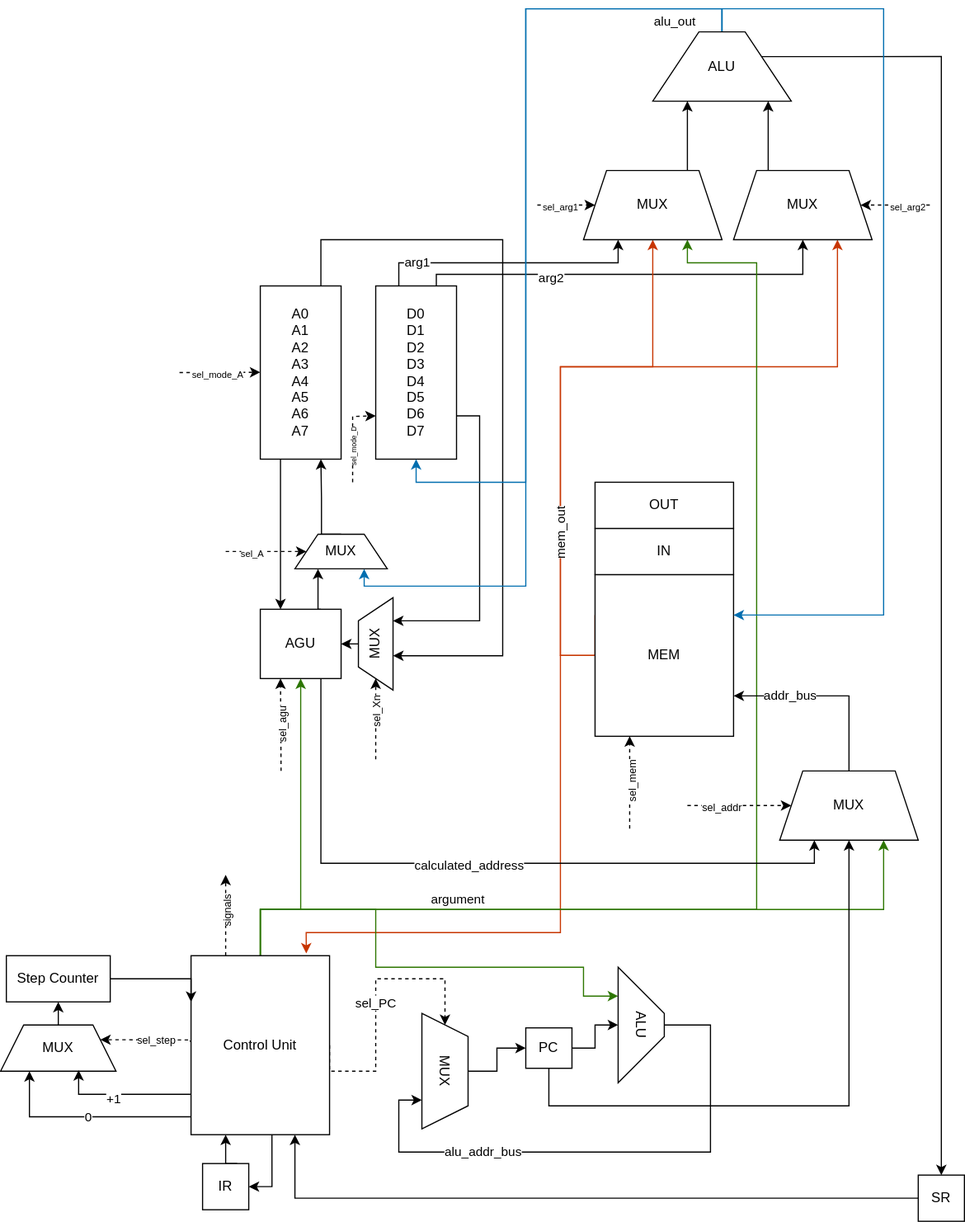
Above: m68k_v1.1.drawio.svg in Anderaf/m68kScheme (draw.io), before the change. Source tidied: cells renumbered, new cells last; positions are measured from the earlier drawing's top-left corner, leaving out a move shared by most shapes.
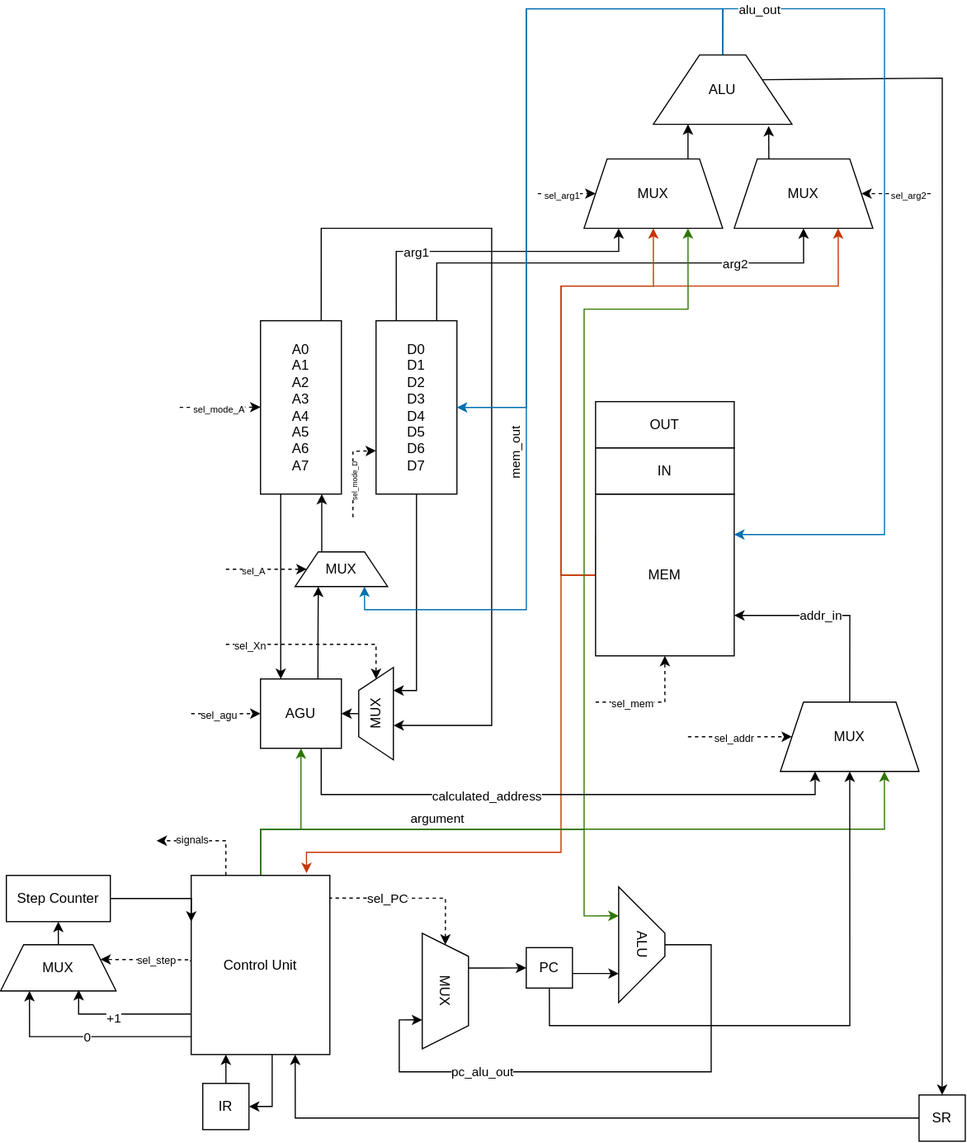
The same diagram one commit later.

What changed in the source:
```diff
@@ -7,5 +7,4 @@
         <Array as="points">
-          <mxPoint x="345" y="280" />
-          <mxPoint x="345" y="220" />
-          <mxPoint x="535" y="220" />
+          <mxPoint x="342" y="280" />
+          <mxPoint x="535" y="280" />
         </Array>
@@ -15,3 +14,3 @@
       <mxGeometry x="-0.49" y="1" relative="1" as="geometry">
-        <mxPoint x="16" y="-24" as="offset" />
+        <mxPoint x="8" y="1" as="offset" />
       </mxGeometry>
@@ -21,4 +20,4 @@
         <Array as="points">
-          <mxPoint x="378" y="230" />
-          <mxPoint x="695" y="230" />
+          <mxPoint x="378" y="290" />
+          <mxPoint x="695" y="290" />
         </Array>
@@ -28,6 +27,6 @@
       <mxGeometry x="-0.65" y="-2" relative="1" as="geometry">
-        <mxPoint x="46" as="offset" />
+        <mxPoint x="238" y="-2" as="offset" />
       </mxGeometry>
     </mxCell>
-    <mxCell id="6" style="edgeStyle=orthogonalEdgeStyle;rounded=0;jettySize=auto;html=1;exitX=1;exitY=0.75;exitDx=0;exitDy=0;entryX=0.75;entryY=1;entryDx=0;entryDy=0;" parent="1" edge="1" source="7" target="64">
+    <mxCell id="6" style="edgeStyle=orthogonalEdgeStyle;rounded=0;jettySize=auto;html=1;exitX=0.5;exitY=1;exitDx=0;exitDy=0;entryX=0.75;entryY=1;entryDx=0;entryDy=0;" parent="1" edge="1" source="7" target="64">
       <mxGeometry relative="1" as="geometry" />
@@ -35,3 +34,3 @@
     <mxCell id="7" value="D0&lt;div&gt;D1&lt;/div&gt;&lt;div&gt;D2&lt;/div&gt;&lt;div&gt;D3&lt;/div&gt;&lt;div&gt;D4&lt;/div&gt;&lt;div&gt;D5&lt;/div&gt;&lt;div&gt;D6&lt;/div&gt;&lt;div&gt;D7&lt;/div&gt;" style="rounded=0;whiteSpace=wrap;html=1;" parent="1" vertex="1">
-      <mxGeometry x="325" y="240" width="70" height="150" as="geometry" />
+      <mxGeometry x="325" y="340" width="70" height="150" as="geometry" />
     </mxCell>
@@ -73,8 +72,5 @@
     </mxCell>
-    <mxCell id="13" value="sel_PC" style="edgeStyle=orthogonalEdgeStyle;rounded=0;jettySize=auto;html=1;exitX=1;exitY=0.5;exitDx=0;exitDy=0;entryX=0;entryY=0.5;entryDx=0;entryDy=0;dashed=1;" parent="1" edge="1" source="22" target="31">
-      <mxGeometry relative="1" as="geometry">
+    <mxCell id="13" value="sel_PC" style="edgeStyle=orthogonalEdgeStyle;rounded=0;jettySize=auto;html=1;exitX=0.991;exitY=0.127;exitDx=0;exitDy=0;entryX=0;entryY=0.5;entryDx=0;entryDy=0;dashed=1;exitPerimeter=0;" parent="1" edge="1" source="22" target="31">
+      <mxGeometry x="-0.28" relative="1" as="geometry">
         <Array as="points">
-          <mxPoint x="285" y="920" />
-          <mxPoint x="325" y="920" />
-          <mxPoint x="325" y="840" />
           <mxPoint x="385" y="840" />
@@ -94,5 +90,3 @@
           <mxPoint x="225" y="780" />
-          <mxPoint x="325" y="780" />
-          <mxPoint x="325" y="830" />
-          <mxPoint x="505" y="830" />
+          <mxPoint x="505" y="780" />
           <mxPoint x="505" y="855" />
@@ -111,3 +105,3 @@
       <mxGeometry x="0.54" y="2" relative="1" as="geometry">
-        <mxPoint x="-282" y="-8" as="offset" />
+        <mxPoint x="-292" y="-8" as="offset" />
       </mxGeometry>
@@ -141,5 +135,5 @@
           <mxPoint x="225" y="780" />
-          <mxPoint x="655" y="780" />
-          <mxPoint x="655" y="220" />
-          <mxPoint x="595" y="220" />
+          <mxPoint x="505" y="780" />
+          <mxPoint x="505" y="330" />
+          <mxPoint x="595" y="330" />
         </Array>
@@ -150,3 +144,3 @@
     </mxCell>
-    <mxCell id="23" style="edgeStyle=orthogonalEdgeStyle;rounded=0;jettySize=auto;html=1;exitX=1;exitY=0.5;exitDx=0;exitDy=0;entryX=0.5;entryY=1;entryDx=0;entryDy=0;" parent="1" edge="1" source="25" target="29">
+    <mxCell id="23" style="edgeStyle=orthogonalEdgeStyle;rounded=0;jettySize=auto;html=1;exitX=1.004;exitY=0.639;exitDx=0;exitDy=0;entryX=0.75;entryY=1;entryDx=0;entryDy=0;exitPerimeter=0;" parent="1" edge="1" source="25" target="29">
       <mxGeometry x="-0.33" y="-10" relative="1" as="geometry" />
@@ -175,3 +169,3 @@
     </mxCell>
-    <mxCell id="28" value="alu_addr_bus" style="edgeStyle=orthogonalEdgeStyle;rounded=0;jettySize=auto;html=1;exitX=0.5;exitY=0;exitDx=0;exitDy=0;entryX=0.75;entryY=1;entryDx=0;entryDy=0;" parent="1" edge="1" source="29" target="31">
+    <mxCell id="28" value="pc_alu_out" style="edgeStyle=orthogonalEdgeStyle;rounded=0;jettySize=auto;html=1;exitX=0.5;exitY=0;exitDx=0;exitDy=0;entryX=0.75;entryY=1;entryDx=0;entryDy=0;" parent="1" edge="1" source="29" target="31">
       <mxGeometry x="0.43" relative="1" as="geometry">
@@ -188,3 +182,3 @@
     </mxCell>
-    <mxCell id="30" style="edgeStyle=orthogonalEdgeStyle;rounded=0;jettySize=auto;html=1;exitX=0.5;exitY=0;exitDx=0;exitDy=0;entryX=0;entryY=0.5;entryDx=0;entryDy=0;" parent="1" edge="1" source="31" target="25">
+    <mxCell id="30" style="edgeStyle=orthogonalEdgeStyle;rounded=0;jettySize=auto;html=1;exitX=0.302;exitY=-0.003;exitDx=0;exitDy=0;entryX=0;entryY=0.5;entryDx=0;entryDy=0;exitPerimeter=0;" parent="1" edge="1" source="31" target="25">
       <mxGeometry relative="1" as="geometry" />
@@ -194,7 +188,7 @@
     </mxCell>
-    <mxCell id="32" value="addr_bus" style="edgeStyle=orthogonalEdgeStyle;rounded=0;jettySize=auto;html=1;exitX=0.5;exitY=0;exitDx=0;exitDy=0;entryX=1;entryY=0.75;entryDx=0;entryDy=0;jumpStyle=none;" parent="1" edge="1" source="33" target="12">
-      <mxGeometry x="0.41" relative="1" as="geometry" />
+    <mxCell id="32" value="addr_in" style="edgeStyle=orthogonalEdgeStyle;rounded=0;jettySize=auto;html=1;exitX=0.5;exitY=0;exitDx=0;exitDy=0;entryX=1;entryY=0.75;entryDx=0;entryDy=0;jumpStyle=none;" parent="1" edge="1" source="33" target="12">
+      <mxGeometry x="0.15" relative="1" as="geometry" />
     </mxCell>
     <mxCell id="33" value="MUX" style="shape=trapezoid;perimeter=trapezoidPerimeter;whiteSpace=wrap;html=1;fixedSize=1;rotation=0;" parent="1" vertex="1">
-      <mxGeometry x="675" y="660" width="120" height="60" as="geometry" />
+      <mxGeometry x="675" y="670" width="120" height="60" as="geometry" />
     </mxCell>
@@ -236,5 +230,5 @@
         <Array as="points">
-          <mxPoint x="278" y="200" />
-          <mxPoint x="435" y="200" />
-          <mxPoint x="435" y="560" />
+          <mxPoint x="278" y="260" />
+          <mxPoint x="425" y="260" />
+          <mxPoint x="425" y="690" />
         </Array>
@@ -243,3 +237,3 @@
     <mxCell id="44" value="A0&lt;div&gt;A1&lt;/div&gt;&lt;div&gt;A2&lt;/div&gt;&lt;div&gt;A3&lt;/div&gt;&lt;div&gt;A4&lt;/div&gt;&lt;div&gt;A5&lt;/div&gt;&lt;div&gt;A6&lt;/div&gt;&lt;div&gt;A7&lt;/div&gt;" style="rounded=0;whiteSpace=wrap;html=1;" parent="1" vertex="1">
-      <mxGeometry x="225" y="240" width="70" height="150" as="geometry" />
+      <mxGeometry x="225" y="340" width="70" height="150" as="geometry" />
     </mxCell>
@@ -254,3 +248,4 @@
         <Array as="points">
-          <mxPoint x="815" y="41" />
+          <mxPoint x="659" y="130" />
+          <mxPoint x="815" y="130" />
         </Array>
@@ -261,6 +256,6 @@
         <Array as="points">
-          <mxPoint x="625" />
-          <mxPoint x="455" />
-          <mxPoint x="455" y="500" />
-          <mxPoint x="315" y="500" />
+          <mxPoint x="625" y="70" />
+          <mxPoint x="455" y="70" />
+          <mxPoint x="455" y="590" />
+          <mxPoint x="315" y="590" />
         </Array>
@@ -268,14 +263,8 @@
     </mxCell>
-    <mxCell id="49" value="alu_out" style="edgeLabel;html=1;align=center;verticalAlign=middle;fontColor=light-dark(#000000,#99CCFF);" parent="48" vertex="1">
-      <mxGeometry x="-0.77" y="1" relative="1" as="geometry">
-        <mxPoint x="37" y="9" as="offset" />
-      </mxGeometry>
-    </mxCell>
-    <mxCell id="50" style="edgeStyle=orthogonalEdgeStyle;rounded=0;jettySize=auto;html=1;exitX=0.5;exitY=0;exitDx=0;exitDy=0;entryX=0.5;entryY=1;entryDx=0;entryDy=0;fillColor=#1ba1e2;strokeColor=#006EAF;" parent="1" edge="1" source="52" target="7">
+    <mxCell id="50" style="edgeStyle=orthogonalEdgeStyle;rounded=0;jettySize=auto;html=1;exitX=0.5;exitY=0;exitDx=0;exitDy=0;fillColor=#1ba1e2;strokeColor=#006EAF;entryX=1;entryY=0.5;entryDx=0;entryDy=0;" parent="1" edge="1" source="52" target="7">
       <mxGeometry relative="1" as="geometry">
         <Array as="points">
-          <mxPoint x="625" />
-          <mxPoint x="455" />
-          <mxPoint x="455" y="410" />
-          <mxPoint x="360" y="410" />
+          <mxPoint x="625" y="70" />
+          <mxPoint x="455" y="70" />
+          <mxPoint x="455" y="415" />
         </Array>
@@ -286,4 +275,4 @@
         <Array as="points">
-          <mxPoint x="625" />
-          <mxPoint x="765" />
+          <mxPoint x="625" y="70" />
+          <mxPoint x="765" y="70" />
           <mxPoint x="765" y="525" />
@@ -292,4 +281,9 @@
     </mxCell>
+    <mxCell id="49" value="alu_out" style="edgeLabel;html=1;align=center;verticalAlign=middle;fontColor=light-dark(#000000,#99CCFF);" parent="51" vertex="1">
+      <mxGeometry x="-0.87" relative="1" as="geometry">
+        <mxPoint x="20" as="offset" />
+      </mxGeometry>
+    </mxCell>
     <mxCell id="52" value="ALU" style="shape=trapezoid;perimeter=trapezoidPerimeter;whiteSpace=wrap;html=1;fixedSize=1;size=40;rotation=0;" parent="1" vertex="1">
-      <mxGeometry x="565" y="20" width="120" height="60" as="geometry" />
+      <mxGeometry x="565" y="110" width="120" height="60" as="geometry" />
     </mxCell>
@@ -298,4 +292,4 @@
         <Array as="points">
-          <mxPoint x="277" y="740" />
-          <mxPoint x="705" y="740" />
+          <mxPoint x="278" y="750" />
+          <mxPoint x="705" y="750" />
         </Array>
@@ -305,6 +299,6 @@
       <mxGeometry x="0.08" y="-1" relative="1" as="geometry">
-        <mxPoint x="-41" as="offset" />
+        <mxPoint x="-82" as="offset" />
       </mxGeometry>
     </mxCell>
-    <mxCell id="55" style="edgeStyle=orthogonalEdgeStyle;rounded=0;jettySize=auto;html=1;exitX=0.75;exitY=0;exitDx=0;exitDy=0;entryX=0.25;entryY=1;entryDx=0;entryDy=0;" parent="1" edge="1" source="56" target="62">
+    <mxCell id="55" style="edgeStyle=orthogonalEdgeStyle;rounded=0;jettySize=auto;html=1;exitX=0.71;exitY=0.007;exitDx=0;exitDy=0;entryX=0.25;entryY=1;entryDx=0;entryDy=0;exitPerimeter=0;" parent="1" edge="1" source="56" target="62">
       <mxGeometry relative="1" as="geometry" />
@@ -312,14 +306,9 @@
     <mxCell id="56" value="AGU" style="whiteSpace=wrap;html=1;" parent="1" vertex="1">
-      <mxGeometry x="225" y="520" width="70" height="60" as="geometry" />
+      <mxGeometry x="225" y="650" width="70" height="60" as="geometry" />
     </mxCell>
-    <mxCell id="57" style="edgeStyle=orthogonalEdgeStyle;rounded=0;jettySize=auto;html=1;exitX=0.25;exitY=0;exitDx=0;exitDy=0;" parent="1" edge="1" source="58">
-      <mxGeometry relative="1" as="geometry">
-        <mxPoint x="665" y="80" as="targetPoint" />
-        <Array as="points">
-          <mxPoint x="665" y="80" />
-        </Array>
-      </mxGeometry>
+    <mxCell id="57" style="edgeStyle=orthogonalEdgeStyle;rounded=0;jettySize=auto;html=1;exitX=0.25;exitY=0;exitDx=0;exitDy=0;entryX=0.832;entryY=1.025;entryDx=0;entryDy=0;entryPerimeter=0;" parent="1" edge="1" source="58" target="52">
+      <mxGeometry relative="1" as="geometry" />
     </mxCell>
     <mxCell id="58" value="MUX" style="shape=trapezoid;perimeter=trapezoidPerimeter;whiteSpace=wrap;html=1;fixedSize=1;rotation=0;" parent="1" vertex="1">
-      <mxGeometry x="635" y="140" width="120" height="60" as="geometry" />
+      <mxGeometry x="635" y="200" width="120" height="60" as="geometry" />
     </mxCell>
@@ -329,3 +318,3 @@
     <mxCell id="60" value="MUX" style="shape=trapezoid;perimeter=trapezoidPerimeter;whiteSpace=wrap;html=1;fixedSize=1;rotation=0;" parent="1" vertex="1">
-      <mxGeometry x="505" y="140" width="120" height="60" as="geometry" />
+      <mxGeometry x="505" y="200" width="120" height="60" as="geometry" />
     </mxCell>
@@ -334,4 +323,4 @@
         <Array as="points">
-          <mxPoint x="278" y="455" />
-          <mxPoint x="278" y="423" />
+          <mxPoint x="278" y="560" />
+          <mxPoint x="278" y="490" />
         </Array>
@@ -340,3 +329,3 @@
     <mxCell id="62" value="MUX" style="shape=trapezoid;perimeter=trapezoidPerimeter;whiteSpace=wrap;html=1;fixedSize=1;rotation=0;" parent="1" vertex="1">
-      <mxGeometry x="255" y="455" width="80" height="30" as="geometry" />
+      <mxGeometry x="255" y="540" width="80" height="30" as="geometry" />
     </mxCell>
@@ -346,3 +335,3 @@
     <mxCell id="64" value="MUX" style="shape=trapezoid;perimeter=trapezoidPerimeter;whiteSpace=wrap;html=1;fixedSize=1;rotation=-90;" parent="1" vertex="1">
-      <mxGeometry x="285" y="535" width="80" height="30" as="geometry" />
+      <mxGeometry x="285" y="665" width="80" height="30" as="geometry" />
     </mxCell>
@@ -350,4 +339,4 @@
       <mxGeometry relative="1" as="geometry">
-        <mxPoint x="155" y="315" as="sourcePoint" />
-        <mxPoint x="225" y="314.8" as="targetPoint" />
+        <mxPoint x="155" y="415" as="sourcePoint" />
+        <mxPoint x="225" y="414.8" as="targetPoint" />
       </mxGeometry>
@@ -361,6 +350,6 @@
       <mxGeometry relative="1" as="geometry">
-        <mxPoint x="305" y="410" as="sourcePoint" />
+        <mxPoint x="305" y="510" as="sourcePoint" />
         <Array as="points">
-          <mxPoint x="305" y="380" />
-          <mxPoint x="305" y="353" />
+          <mxPoint x="305" y="480" />
+          <mxPoint x="305" y="453" />
         </Array>
@@ -375,5 +364,5 @@
       <mxGeometry relative="1" as="geometry">
-        <mxPoint x="465" y="170" as="sourcePoint" />
+        <mxPoint x="465" y="230" as="sourcePoint" />
         <Array as="points">
-          <mxPoint x="485" y="170" />
+          <mxPoint x="485" y="230" />
         </Array>
@@ -388,3 +377,3 @@
       <mxGeometry relative="1" as="geometry">
-        <mxPoint x="805" y="170" as="sourcePoint" />
+        <mxPoint x="805" y="230" as="sourcePoint" />
       </mxGeometry>
@@ -396,10 +385,10 @@
     </mxCell>
-    <mxCell id="73" style="endArrow=classic;html=1;rounded=0;entryX=0.25;entryY=1;entryDx=0;entryDy=0;dashed=1;" parent="1" edge="1" target="56">
+    <mxCell id="73" style="endArrow=classic;html=1;rounded=0;entryX=0;entryY=0.5;entryDx=0;entryDy=0;dashed=1;" parent="1" edge="1" target="56">
       <mxGeometry relative="1" as="geometry">
-        <mxPoint x="243" y="660" as="sourcePoint" />
+        <mxPoint x="165" y="680" as="sourcePoint" />
       </mxGeometry>
     </mxCell>
-    <mxCell id="74" value="&lt;font style=&quot;font-size: 9px;&quot;&gt;sel_agu&lt;/font&gt;" style="edgeLabel;html=1;align=center;verticalAlign=middle;rotation=-90;" parent="73" vertex="1">
+    <mxCell id="74" value="&lt;font style=&quot;font-size: 9px;&quot;&gt;sel_agu&lt;/font&gt;" style="edgeLabel;html=1;align=center;verticalAlign=middle;rotation=0;" parent="73" vertex="1">
       <mxGeometry x="-0.39" relative="1" as="geometry">
-        <mxPoint y="-16" as="offset" />
+        <mxPoint x="5" as="offset" />
       </mxGeometry>
@@ -408,3 +397,3 @@
       <mxGeometry relative="1" as="geometry">
-        <mxPoint x="195" y="470" as="sourcePoint" />
+        <mxPoint x="195" y="555" as="sourcePoint" />
       </mxGeometry>
@@ -416,8 +405,11 @@
       <mxGeometry relative="1" as="geometry">
-        <mxPoint x="195" y="750" as="targetPoint" />
+        <mxPoint x="135" y="790" as="targetPoint" />
+        <Array as="points">
+          <mxPoint x="195" y="790" />
+        </Array>
       </mxGeometry>
     </mxCell>
-    <mxCell id="78" value="&lt;font style=&quot;font-size: 9px;&quot;&gt;signals&lt;/font&gt;" style="edgeLabel;html=1;align=center;verticalAlign=middle;rotation=-90;" parent="77" vertex="1">
+    <mxCell id="78" value="&lt;font style=&quot;font-size: 9px;&quot;&gt;signals&lt;/font&gt;" style="edgeLabel;html=1;align=center;verticalAlign=middle;rotation=0;" parent="77" vertex="1">
       <mxGeometry x="0.05" y="-2" relative="1" as="geometry">
-        <mxPoint x="-2" as="offset" />
+        <mxPoint x="-12" as="offset" />
       </mxGeometry>
@@ -426,3 +418,3 @@
       <mxGeometry relative="1" as="geometry">
-        <mxPoint x="595" y="690" as="sourcePoint" />
+        <mxPoint x="595" y="700" as="sourcePoint" />
       </mxGeometry>
@@ -431,23 +423,30 @@
       <mxGeometry x="-0.51" y="-1" relative="1" as="geometry">
-        <mxPoint x="8" y="-1" as="offset" />
+        <mxPoint x="18" y="-1" as="offset" />
       </mxGeometry>
     </mxCell>
-    <mxCell id="81" style="endArrow=classic;html=1;rounded=0;entryX=0.25;entryY=1;entryDx=0;entryDy=0;dashed=1;" parent="1" edge="1" target="12">
+    <mxCell id="81" style="endArrow=classic;html=1;rounded=0;entryX=0.5;entryY=1;entryDx=0;entryDy=0;dashed=1;" parent="1" edge="1" target="12">
       <mxGeometry relative="1" as="geometry">
-        <mxPoint x="545" y="710" as="sourcePoint" />
+        <mxPoint x="515" y="670" as="sourcePoint" />
+        <Array as="points">
+          <mxPoint x="575" y="670" />
+        </Array>
       </mxGeometry>
     </mxCell>
-    <mxCell id="82" value="&lt;font style=&quot;font-size: 9px;&quot;&gt;sel_mem&lt;/font&gt;" style="edgeLabel;html=1;align=center;verticalAlign=middle;rotation=-90;" parent="81" vertex="1">
+    <mxCell id="82" value="&lt;font style=&quot;font-size: 9px;&quot;&gt;sel_mem&lt;/font&gt;" style="edgeLabel;html=1;align=center;verticalAlign=middle;rotation=0;" parent="81" vertex="1">
       <mxGeometry x="-0.4" y="-1" relative="1" as="geometry">
-        <mxPoint y="-16" as="offset" />
+        <mxPoint y="-1" as="offset" />
       </mxGeometry>
     </mxCell>
-    <mxCell id="83" style="endArrow=classic;html=1;rounded=0;entryX=0;entryY=0.5;entryDx=0;entryDy=0;dashed=1;" parent="1" edge="1" target="64">
+    <mxCell id="83" style="endArrow=classic;html=1;rounded=0;entryX=0;entryY=0.5;entryDx=0;entryDy=0;dashed=1;" parent="1" edge="1">
       <mxGeometry relative="1" as="geometry">
-        <mxPoint x="325" y="650" as="sourcePoint" />
+        <mxPoint x="195" y="620" as="sourcePoint" />
+        <mxPoint x="325" y="650" as="targetPoint" />
+        <Array as="points">
+          <mxPoint x="325" y="620" />
+        </Array>
       </mxGeometry>
     </mxCell>
-    <mxCell id="84" value="&lt;font style=&quot;font-size: 9px;&quot;&gt;sel_Xn&lt;/font&gt;" style="edgeLabel;html=1;align=center;verticalAlign=middle;rotation=-90;" parent="83" vertex="1">
+    <mxCell id="84" value="&lt;font style=&quot;font-size: 9px;&quot;&gt;sel_Xn&lt;/font&gt;" style="edgeLabel;html=1;align=center;verticalAlign=middle;rotation=0;" parent="83" vertex="1">
       <mxGeometry x="-0.29" y="-1" relative="1" as="geometry">
-        <mxPoint x="-1" y="-15" as="offset" />
+        <mxPoint x="-37" y="-1" as="offset" />
       </mxGeometry>
```
